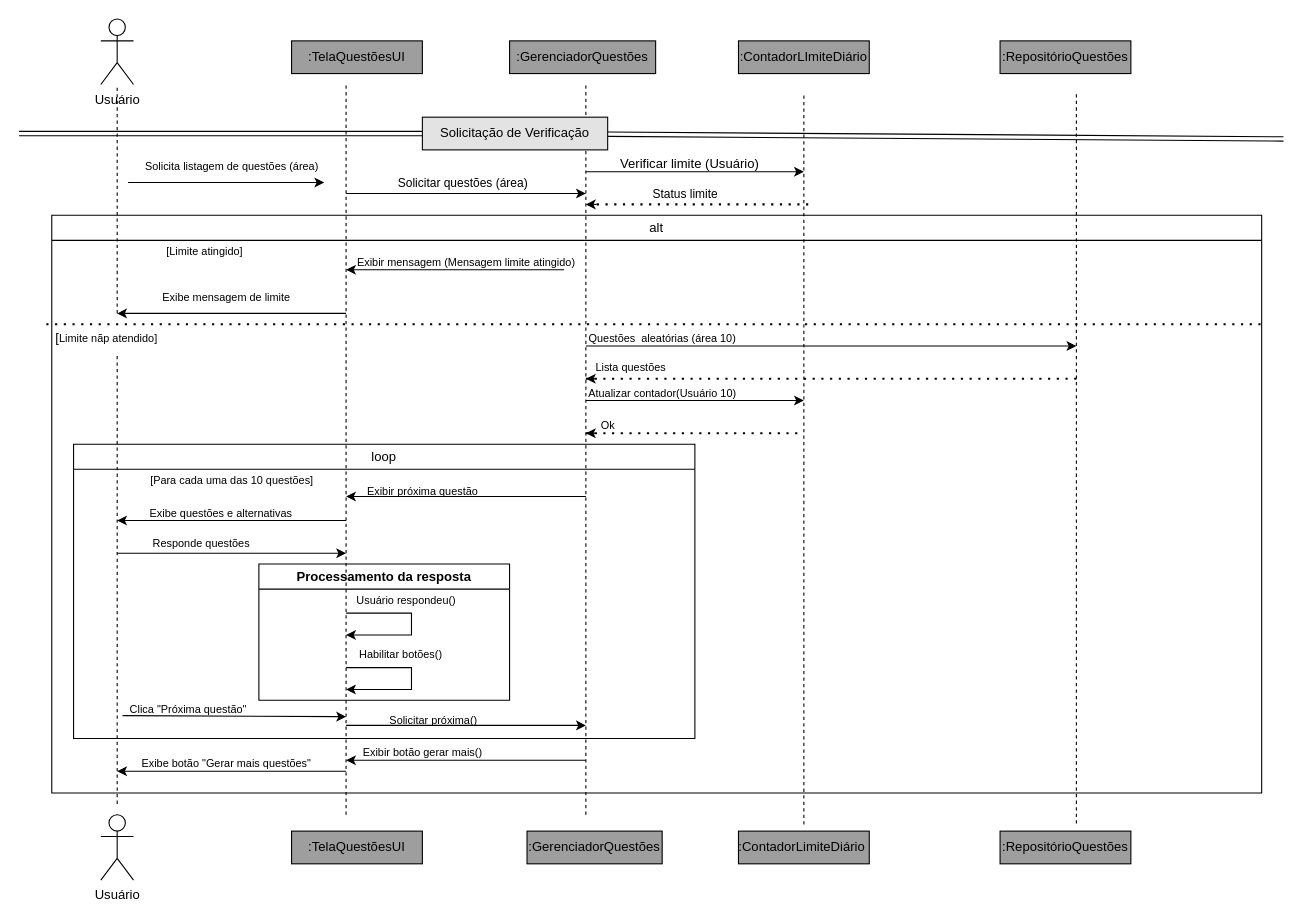
Earlier version of the draw.io diagram Listar_Questoes.drawio (augustorazani/QENEM-UML-Diagram). Source tidied: cells renumbered, new cells numbered last; positions are measured from the earlier drawing's top-left corner, leaving out a move shared by most shapes. Both pictures are drawn from the tidied source at 109%, with x=0, y=0 at pixel (19, 19).
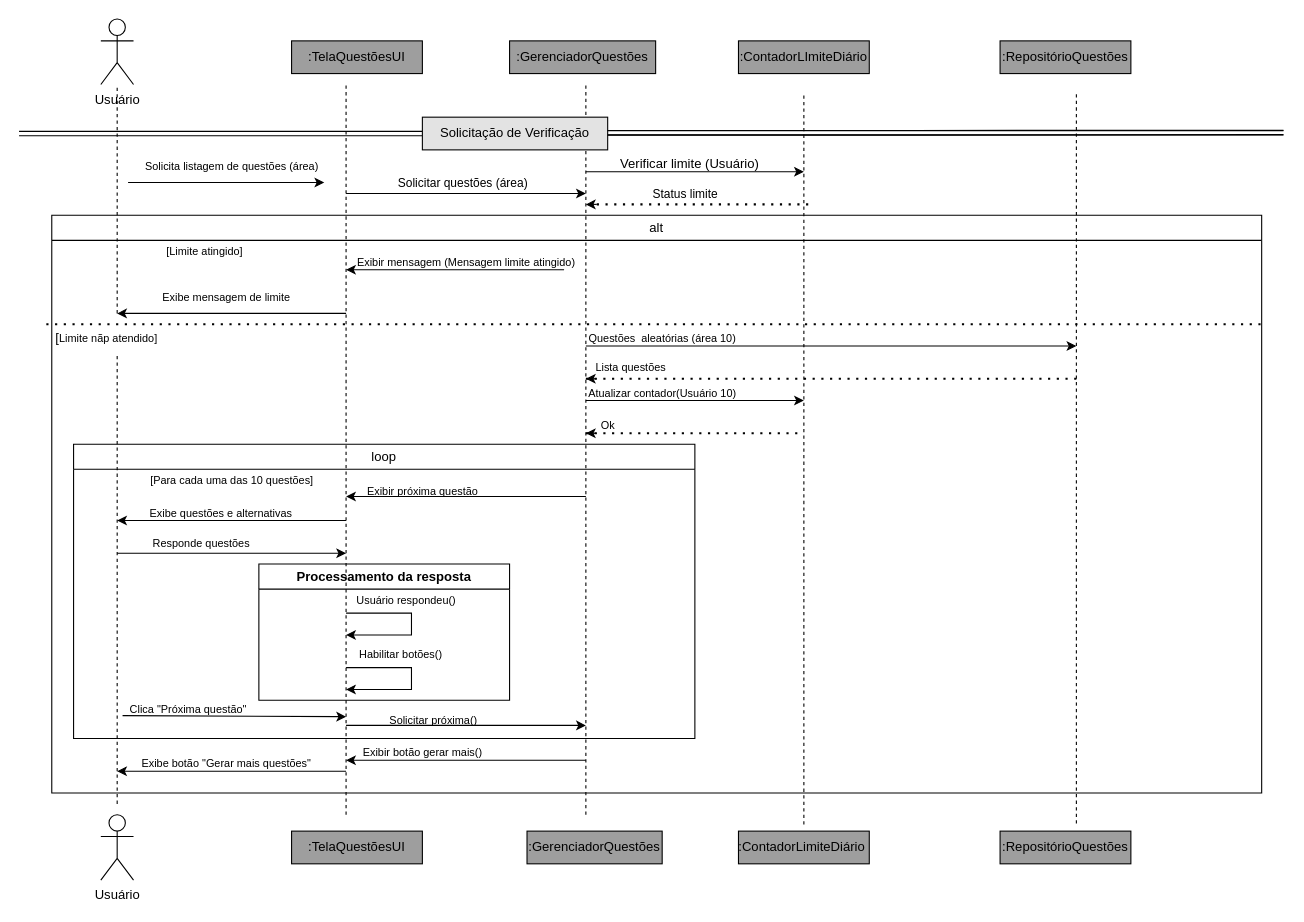
The same diagram, later.

Unchanged cells that the change refers to:
```xml
<mxCell id="61" value="Solicitação de Verificação" style="rounded=0;whiteSpace=wrap;html=1;fillColor=#E3E3E3;" parent="1" vertex="1">
  <mxGeometry x="370" y="90" width="170" height="30" as="geometry" />
</mxCell>
```

The edit, as a diff of the source:
```diff
@@
-    <mxCell id="3" style="shape=link;html=1;rounded=0;" parent="1" edge="1" source="61">
-      <mxGeometry relative="1" as="geometry">
-        <mxPoint x="1160" y="110" as="targetPoint" />
-      </mxGeometry>
-    </mxCell>
@@
+    <mxCell id="69" style="shape=link;html=1;rounded=0;" parent="1" edge="1">
+      <mxGeometry relative="1" as="geometry">
+        <mxPoint x="540" y="104.2" as="sourcePoint" />
+        <mxPoint x="1160" y="104" as="targetPoint" />
+        <Array as="points">
+          <mxPoint x="820" y="104.2" />
+        </Array>
+      </mxGeometry>
+    </mxCell>
+    <mxCell id="70" style="shape=link;html=1;rounded=0;" parent="1" edge="1">
+      <mxGeometry relative="1" as="geometry">
+        <mxPoint x="540" y="104.5" as="sourcePoint" />
+        <mxPoint x="1160" y="104.3" as="targetPoint" />
+        <Array as="points">
+          <mxPoint x="820" y="104.5" />
+        </Array>
+      </mxGeometry>
+    </mxCell>
```
